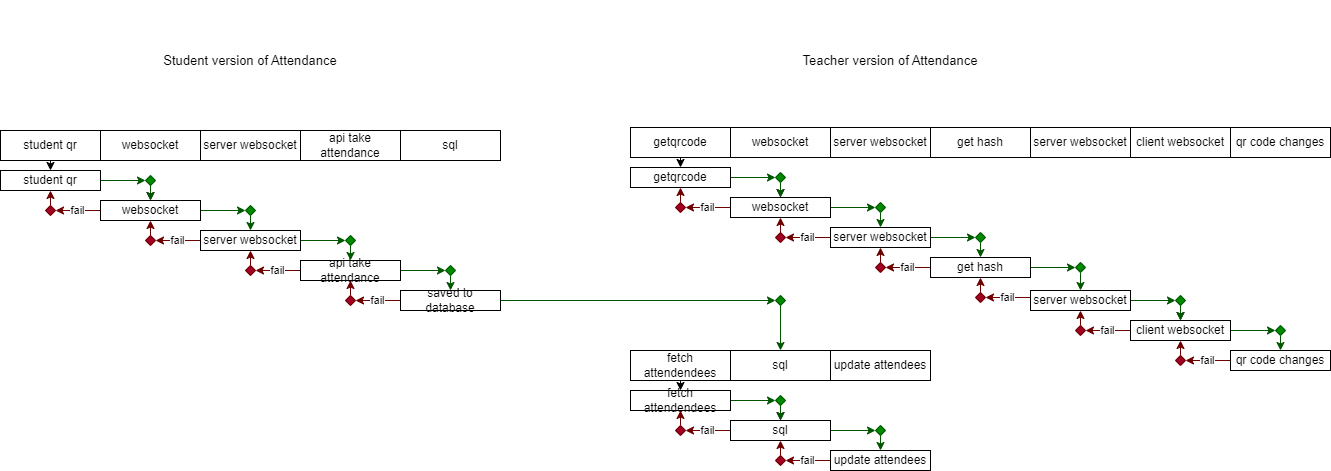
Krugou/JakSurveillance keeps this draw.io diagram as extra/attendancetakingchart.png. Above is the earlier version. Source tidied: cells renumbered, new cells last; positions are measured from the earlier drawing's top-left corner, leaving out a move shared by most shapes.
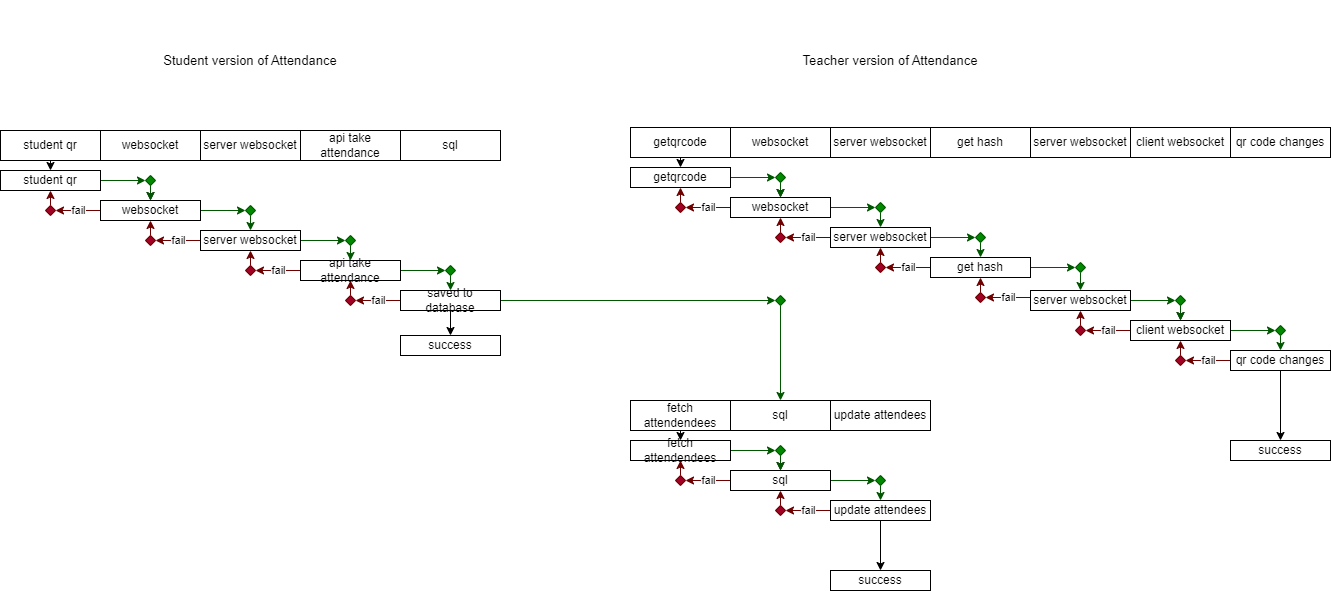
After the commit.

Change to the diagram source:
```diff
@@ -59,6 +59,9 @@
     <mxCell id="20" style="edgeStyle=none;html=1;fillColor=#008a00;strokeColor=#005700;entryX=0;entryY=0.5;entryDx=0;entryDy=0;" parent="1" edge="1" source="21" target="99">
       <mxGeometry relative="1" as="geometry" />
     </mxCell>
+    <mxCell id="116" style="edgeStyle=none;html=1;" parent="1" edge="1" source="21" target="121">
+      <mxGeometry relative="1" as="geometry" />
+    </mxCell>
     <mxCell id="21" value="saved to database" style="rounded=0;whiteSpace=wrap;html=1;" parent="1" vertex="1">
       <mxGeometry x="400" y="290" width="100" height="20" as="geometry" />
     </mxCell>
@@ -238,16 +241,16 @@
       <mxGeometry relative="1" as="geometry" />
     </mxCell>
     <mxCell id="79" value="fetch attendendees" style="rounded=0;whiteSpace=wrap;html=1;" parent="1" vertex="1">
-      <mxGeometry x="630" y="350" width="100" height="30" as="geometry" />
+      <mxGeometry x="630" y="400" width="100" height="30" as="geometry" />
     </mxCell>
     <mxCell id="80" value="sql" style="rounded=0;whiteSpace=wrap;html=1;" parent="1" vertex="1">
-      <mxGeometry x="730" y="350" width="100" height="30" as="geometry" />
+      <mxGeometry x="730" y="400" width="100" height="30" as="geometry" />
     </mxCell>
     <mxCell id="81" style="edgeStyle=none;html=1;entryX=0;entryY=0.5;entryDx=0;entryDy=0;fillColor=#008a00;strokeColor=#005700;" parent="1" edge="1" source="82" target="90">
       <mxGeometry relative="1" as="geometry" />
     </mxCell>
     <mxCell id="82" value="fetch attendendees" style="rounded=0;whiteSpace=wrap;html=1;" parent="1" vertex="1">
-      <mxGeometry x="630" y="390" width="100" height="20" as="geometry" />
+      <mxGeometry x="630" y="440" width="100" height="20" as="geometry" />
     </mxCell>
     <mxCell id="83" style="edgeStyle=none;html=1;entryX=0;entryY=0.5;entryDx=0;entryDy=0;fillColor=#008a00;strokeColor=#005700;" parent="1" edge="1" source="85" target="92">
       <mxGeometry relative="1" as="geometry" />
@@ -256,13 +259,18 @@
       <mxGeometry relative="1" as="geometry" />
     </mxCell>
     <mxCell id="85" value="sql" style="rounded=0;whiteSpace=wrap;html=1;" parent="1" vertex="1">
-      <mxGeometry x="730" y="420" width="100" height="20" as="geometry" />
+      <mxGeometry x="730" y="470" width="100" height="20" as="geometry" />
     </mxCell>
     <mxCell id="86" value="fail" style="edgeStyle=none;html=1;entryX=1;entryY=0.5;entryDx=0;entryDy=0;fillColor=#a20025;strokeColor=#6F0000;" parent="1" edge="1" source="87" target="96">
       <mxGeometry relative="1" as="geometry" />
     </mxCell>
+    <mxCell id="117" style="edgeStyle=none;html=1;" parent="1" edge="1" source="87">
+      <mxGeometry relative="1" as="geometry">
+        <mxPoint x="880" y="570" as="targetPoint" />
+      </mxGeometry>
+    </mxCell>
     <mxCell id="87" value="update attendees" style="rounded=0;whiteSpace=wrap;html=1;" parent="1" vertex="1">
-      <mxGeometry x="830" y="450" width="100" height="20" as="geometry" />
+      <mxGeometry x="830" y="500" width="100" height="20" as="geometry" />
     </mxCell>
     <mxCell id="88" style="edgeStyle=none;html=1;" parent="1" edge="1" source="90" target="85">
       <mxGeometry relative="1" as="geometry" />
@@ -271,28 +279,28 @@
       <mxGeometry relative="1" as="geometry" />
     </mxCell>
     <mxCell id="90" style="rhombus;whiteSpace=wrap;html=1;fillColor=#008a00;fontColor=#ffffff;strokeColor=#005700;" parent="1" vertex="1">
-      <mxGeometry x="775" y="395" width="10" height="10" as="geometry" />
+      <mxGeometry x="775" y="445" width="10" height="10" as="geometry" />
     </mxCell>
     <mxCell id="91" style="edgeStyle=none;html=1;fillColor=#008a00;strokeColor=#005700;" parent="1" edge="1" source="92" target="87">
       <mxGeometry relative="1" as="geometry" />
     </mxCell>
     <mxCell id="92" style="rhombus;whiteSpace=wrap;html=1;fillColor=#008a00;fontColor=#ffffff;strokeColor=#005700;" parent="1" vertex="1">
-      <mxGeometry x="875" y="425" width="10" height="10" as="geometry" />
+      <mxGeometry x="875" y="475" width="10" height="10" as="geometry" />
     </mxCell>
     <mxCell id="93" style="edgeStyle=none;html=1;fillColor=#a20025;strokeColor=#6F0000;" parent="1" edge="1" source="94" target="82">
       <mxGeometry relative="1" as="geometry" />
     </mxCell>
     <mxCell id="94" style="rhombus;whiteSpace=wrap;html=1;fillColor=#a20025;fontColor=#ffffff;strokeColor=#6F0000;" parent="1" vertex="1">
-      <mxGeometry x="675" y="425" width="10" height="10" as="geometry" />
+      <mxGeometry x="675" y="475" width="10" height="10" as="geometry" />
     </mxCell>
     <mxCell id="95" style="edgeStyle=none;html=1;entryX=0.5;entryY=1;entryDx=0;entryDy=0;fillColor=#a20025;strokeColor=#6F0000;" parent="1" edge="1" source="96" target="85">
       <mxGeometry relative="1" as="geometry" />
     </mxCell>
     <mxCell id="96" style="rhombus;whiteSpace=wrap;html=1;fillColor=#a20025;fontColor=#ffffff;strokeColor=#6F0000;" parent="1" vertex="1">
-      <mxGeometry x="775" y="455" width="10" height="10" as="geometry" />
+      <mxGeometry x="775" y="505" width="10" height="10" as="geometry" />
     </mxCell>
     <mxCell id="97" value="update attendees" style="rounded=0;whiteSpace=wrap;html=1;" parent="1" vertex="1">
-      <mxGeometry x="830" y="350" width="100" height="30" as="geometry" />
+      <mxGeometry x="830" y="400" width="100" height="30" as="geometry" />
     </mxCell>
     <mxCell id="98" style="edgeStyle=none;html=1;fontSize=13;fillColor=#008a00;strokeColor=#005700;" parent="1" edge="1" source="99" target="80">
       <mxGeometry relative="1" as="geometry" />
@@ -318,6 +326,11 @@
     <mxCell id="105" value="fail" style="edgeStyle=none;html=1;entryX=1;entryY=0.5;entryDx=0;entryDy=0;fillColor=#a20025;strokeColor=#6F0000;" parent="1" edge="1" source="106" target="115">
       <mxGeometry relative="1" as="geometry" />
     </mxCell>
+    <mxCell id="118" style="edgeStyle=none;html=1;" parent="1" edge="1" source="106">
+      <mxGeometry relative="1" as="geometry">
+        <mxPoint x="1280" y="440" as="targetPoint" />
+      </mxGeometry>
+    </mxCell>
     <mxCell id="106" value="qr code changes&lt;span style=&quot;color: rgba(0, 0, 0, 0); font-family: monospace; font-size: 0px; text-align: start;&quot;&gt;%3CmxGraphModel%3E%3Croot%3E%3CmxCell%20id%3D%220%22%2F%3E%3CmxCell%20id%3D%221%22%20parent%3D%220%22%2F%3E%3CmxCell%20id%3D%222%22%20value%3D%22client%20websocket%22%20style%3D%22rounded%3D0%3BwhiteSpace%3Dwrap%3Bhtml%3D1%3B%22%20vertex%3D%221%22%20parent%3D%221%22%3E%3CmxGeometry%20x%3D%224340%22%20y%3D%222867%22%20width%3D%22100%22%20height%3D%2230%22%20as%3D%22geometry%22%2F%3E%3C%2FmxCell%3E%3C%2Froot%3E%3C%2FmxGraphModel%3E&lt;/span&gt;" style="rounded=0;whiteSpace=wrap;html=1;" parent="1" vertex="1">
       <mxGeometry x="1230" y="350" width="100" height="20" as="geometry" />
     </mxCell>
@@ -348,5 +361,14 @@
     <mxCell id="115" style="rhombus;whiteSpace=wrap;html=1;fillColor=#a20025;fontColor=#ffffff;strokeColor=#6F0000;" parent="1" vertex="1">
       <mxGeometry x="1175" y="355" width="10" height="10" as="geometry" />
     </mxCell>
+    <mxCell id="119" value="success" style="rounded=0;whiteSpace=wrap;html=1;" parent="1" vertex="1">
+      <mxGeometry x="830" y="570" width="100" height="20" as="geometry" />
+    </mxCell>
+    <mxCell id="120" value="success" style="rounded=0;whiteSpace=wrap;html=1;" parent="1" vertex="1">
+      <mxGeometry x="1230" y="440" width="100" height="20" as="geometry" />
+    </mxCell>
+    <mxCell id="121" value="success" style="rounded=0;whiteSpace=wrap;html=1;" parent="1" vertex="1">
+      <mxGeometry x="400" y="335" width="100" height="20" as="geometry" />
+    </mxCell>
   </root>
 </mxGraphModel>
```
